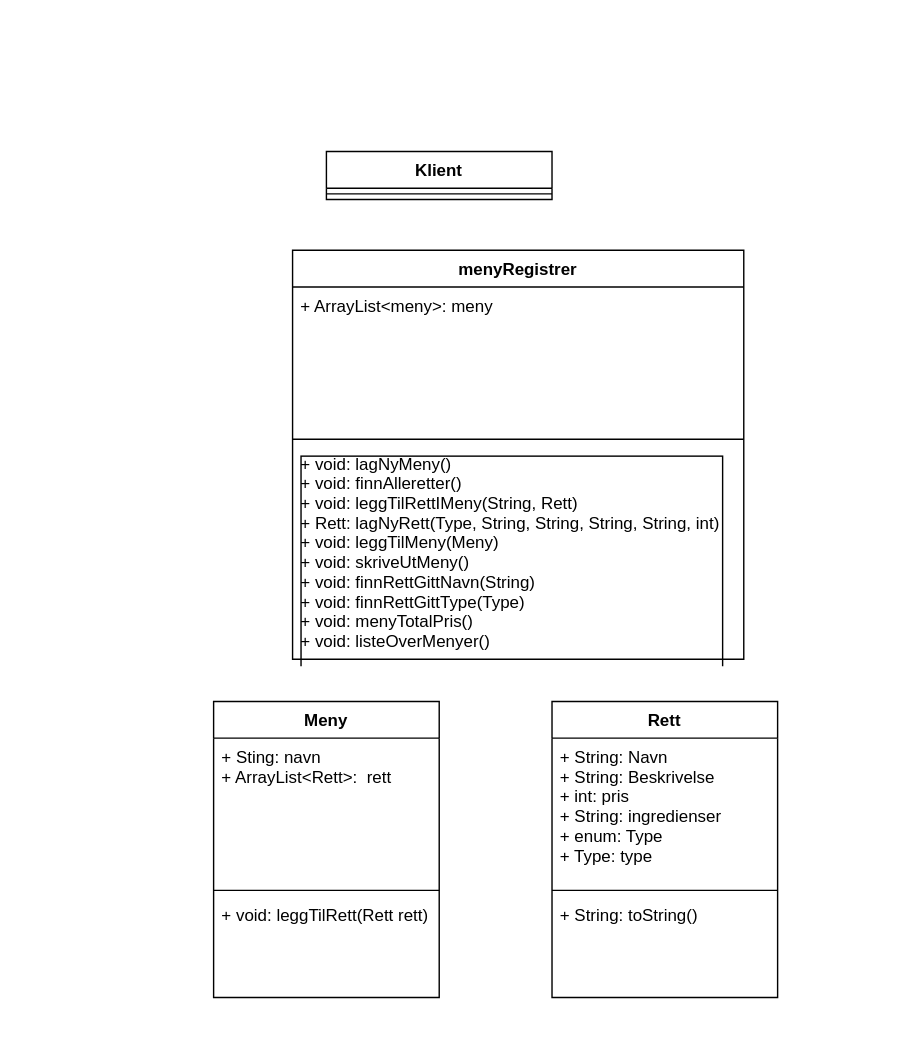
Before: Ovinger/ovinger/target/classes/ovinger/Oving10/op2/Meny.drawio in magnus411/OvingsOppgaver, a draw.io diagram. Source tidied: cells renumbered, new cells numbered last; positions are measured from the earlier drawing's top-left corner, leaving out a move shared by most shapes. Both pictures are drawn from the tidied source at 141%, with x=0, y=0 at pixel (213, 151).
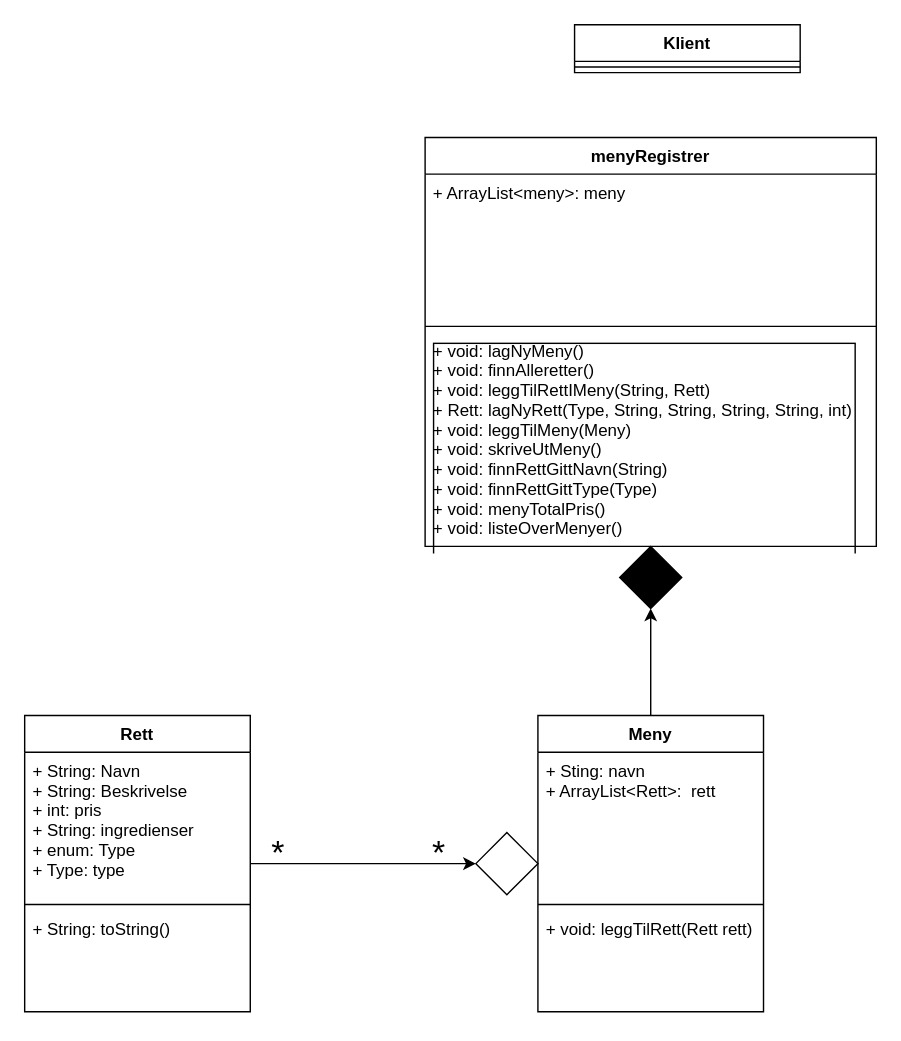
The same page after the edit.

The edit, as a diff of the source:
```diff
@@
+    <mxCell id="16" style="edgeStyle=none;html=1;entryX=0;entryY=0.5;entryDx=0;entryDy=0;" parent="1" edge="1" source="2" target="18">
+      <mxGeometry relative="1" as="geometry" />
+    </mxCell>
     <mxCell id="2" value="Rett" style="swimlane;fontStyle=1;align=center;verticalAlign=top;horizontal=1;startSize=26;" parent="1" vertex="1">
-      <mxGeometry x="240" y="390" width="160" height="210" as="geometry" />
+      <mxGeometry x="-134" y="400" width="160" height="210" as="geometry" />
     </mxCell>
@@
+    <mxCell id="17" style="edgeStyle=none;html=1;entryX=0.5;entryY=1;entryDx=0;entryDy=0;fontSize=24;" parent="1" edge="1" source="6" target="21">
+      <mxGeometry relative="1" as="geometry" />
+    </mxCell>
     <mxCell id="6" value="Meny" style="swimlane;fontStyle=1;align=center;verticalAlign=top;horizontal=1;startSize=26;" parent="1" vertex="1">
-      <mxGeometry y="390" width="160" height="210" as="geometry" />
+      <mxGeometry x="230" y="400" width="160" height="210" as="geometry" />
     </mxCell>
@@
     <mxCell id="10" value="menyRegistrer" style="swimlane;fontStyle=1;align=center;verticalAlign=top;horizontal=1;startSize=26;" parent="1" vertex="1">
-      <mxGeometry x="56" y="70" width="320" height="290" as="geometry" />
+      <mxGeometry x="150" y="-10" width="320" height="290" as="geometry" />
     </mxCell>
@@
     <mxCell id="14" value="Klient" style="swimlane;fontStyle=1;align=center;verticalAlign=top;horizontal=1;startSize=26;" parent="1" vertex="1">
-      <mxGeometry x="80" width="160" height="34" as="geometry" />
+      <mxGeometry x="256" y="-90" width="160" height="34" as="geometry" />
     </mxCell>
@@
+    <mxCell id="18" style="rhombus;whiteSpace=wrap;html=1;fillColor=#FFFFFF;" parent="1" vertex="1">
+      <mxGeometry x="186" y="483" width="44" height="44" as="geometry" />
+    </mxCell>
+    <mxCell id="19" value="&lt;font style=&quot;font-size: 24px&quot;&gt;*&lt;/font&gt;" style="text;html=1;strokeColor=none;fillColor=none;align=center;verticalAlign=middle;whiteSpace=wrap;rounded=0;" parent="1" vertex="1">
+      <mxGeometry x="16" y="483" width="60" height="30" as="geometry" />
+    </mxCell>
+    <mxCell id="20" value="&lt;font style=&quot;font-size: 24px&quot;&gt;*&lt;/font&gt;" style="text;html=1;strokeColor=none;fillColor=none;align=center;verticalAlign=middle;whiteSpace=wrap;rounded=0;" parent="1" vertex="1">
+      <mxGeometry x="129.5" y="483" width="60" height="30" as="geometry" />
+    </mxCell>
+    <mxCell id="21" style="rhombus;whiteSpace=wrap;html=1;fillColor=#000000;" parent="1" vertex="1">
+      <mxGeometry x="288" y="280" width="44" height="44" as="geometry" />
+    </mxCell>
```
